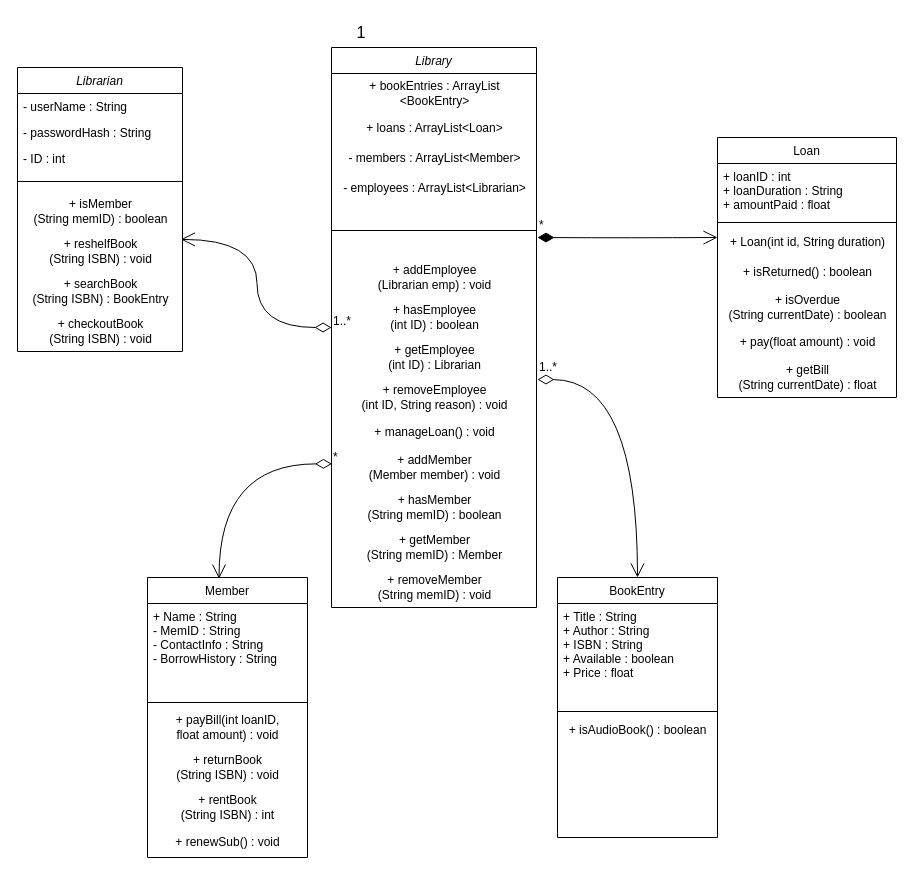
Twpendleton/ClassUMLDiagram keeps this draw.io diagram as Untitled Diagram.drawio. Above is the earlier version. Source tidied: cells renumbered, new cells numbered last; positions are measured from the earlier drawing's top-left corner, leaving out a move shared by most shapes. Both pictures are drawn from the tidied source at 100%, with x=0, y=0 at pixel (17, 17).
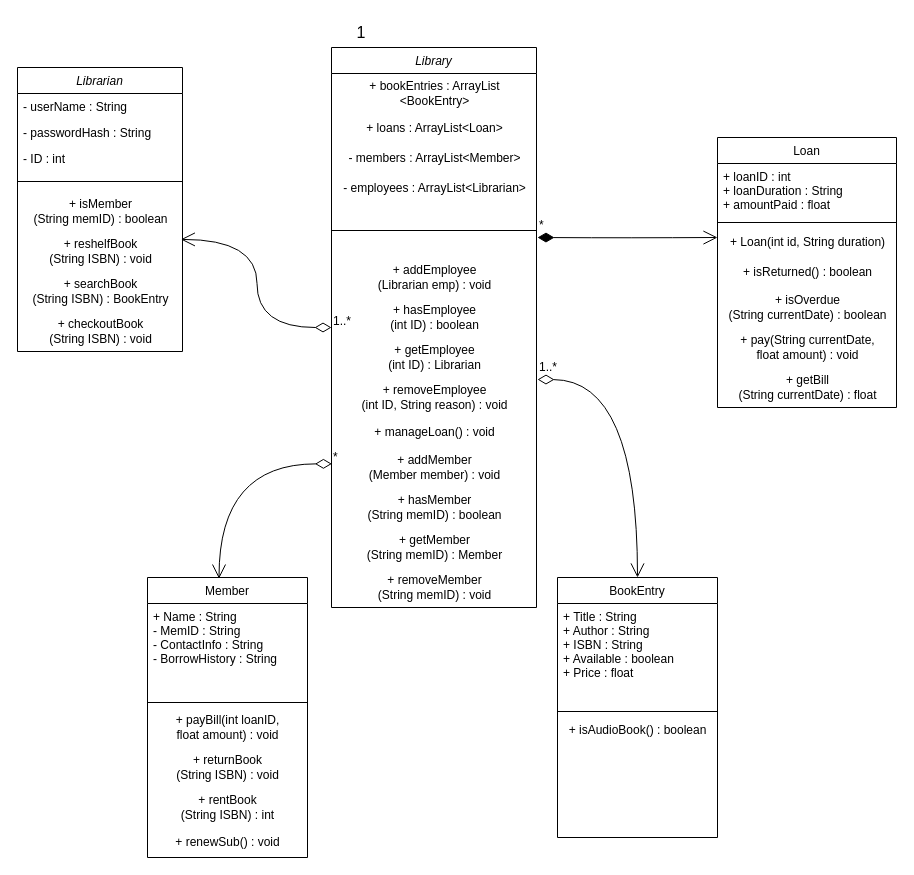
The same page after the edit.

Commit message:
Add currentDate parameter to Loan pay method

The edit, as a diff of the source:
```diff
@@
     <mxCell id="22" value="Loan" style="swimlane;fontStyle=0;align=center;verticalAlign=top;horizontal=1;startSize=26;rounded=0;shadow=0;strokeWidth=1;" parent="1" vertex="1">
-      <mxGeometry x="700" y="120" width="179" height="260" as="geometry" />
+      <mxGeometry x="700" y="120" width="179" height="270" as="geometry" />
     </mxCell>
@@
-    <mxCell id="28" value="+ pay(float amount) : void" style="text;html=1;align=center;verticalAlign=middle;strokeColor=none;fillColor=none;" parent="22" vertex="1">
-      <mxGeometry y="190" width="179" height="30" as="geometry" />
+    <mxCell id="28" value="+ pay(String currentDate,&lt;div&gt;float amount) : void&lt;/div&gt;" style="text;html=1;align=center;verticalAlign=middle;strokeColor=none;fillColor=none;" parent="22" vertex="1">
+      <mxGeometry y="190" width="179" height="40" as="geometry" />
     </mxCell>
     <mxCell id="29" value="+ getBill&lt;div&gt;&lt;span style=&quot;background-color: initial;&quot;&gt;(String currentDate) : float&lt;/span&gt;&lt;/div&gt;" style="text;html=1;align=center;verticalAlign=middle;strokeColor=none;fillColor=none;" parent="22" vertex="1">
-      <mxGeometry y="220" width="179" height="40" as="geometry" />
+      <mxGeometry y="230" width="179" height="40" as="geometry" />
     </mxCell>
```
